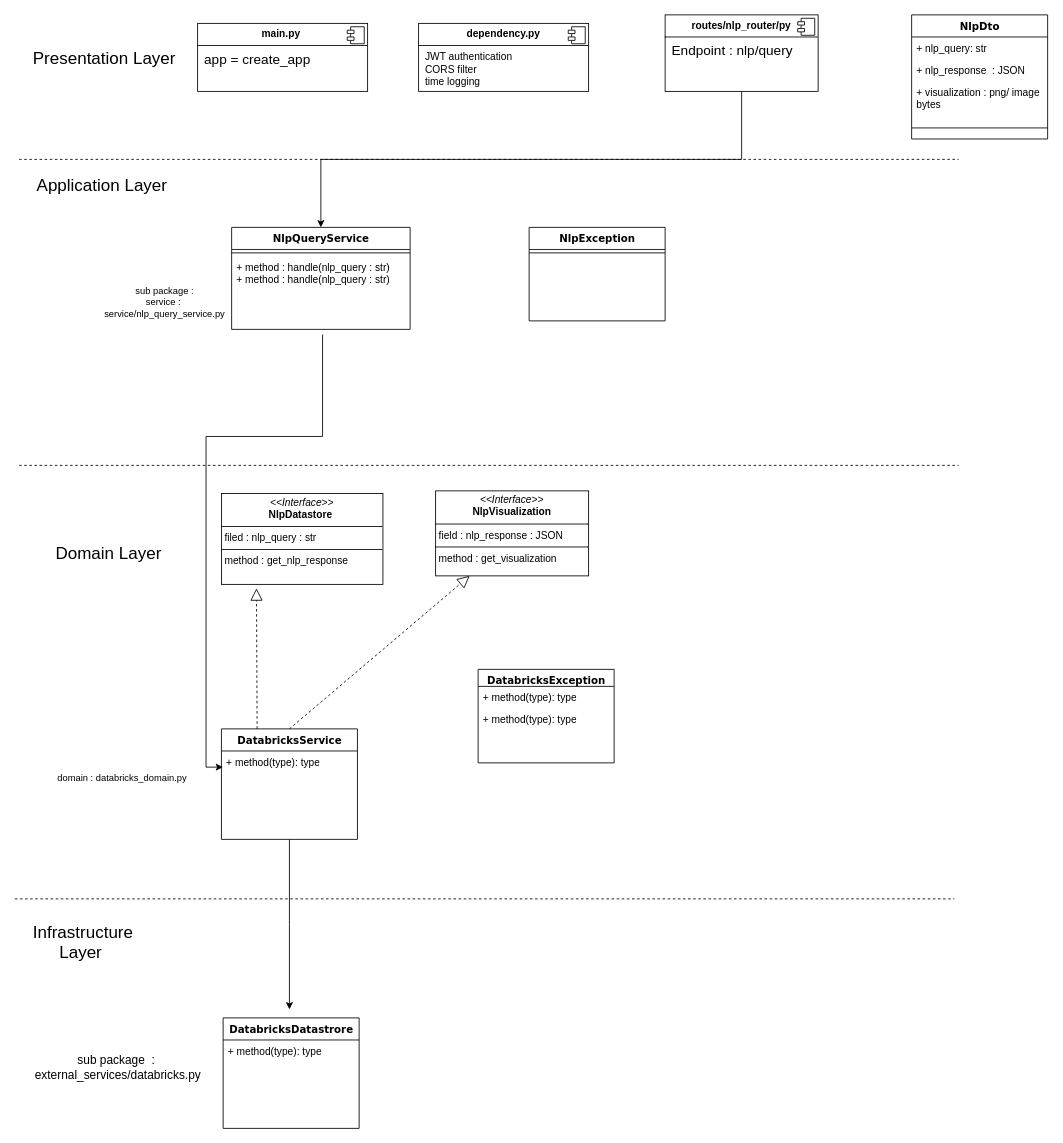
Satvik-digicert/semantic-kernel-poc keeps this draw.io diagram as Untitled Diagram.drawio. Above is the earlier version. Source tidied: cells renumbered, new cells numbered last; positions are measured from the earlier drawing's top-left corner, leaving out a move shared by most shapes. Both pictures are drawn from the tidied source at 85%, with x=0, y=0 at pixel (14, 14).
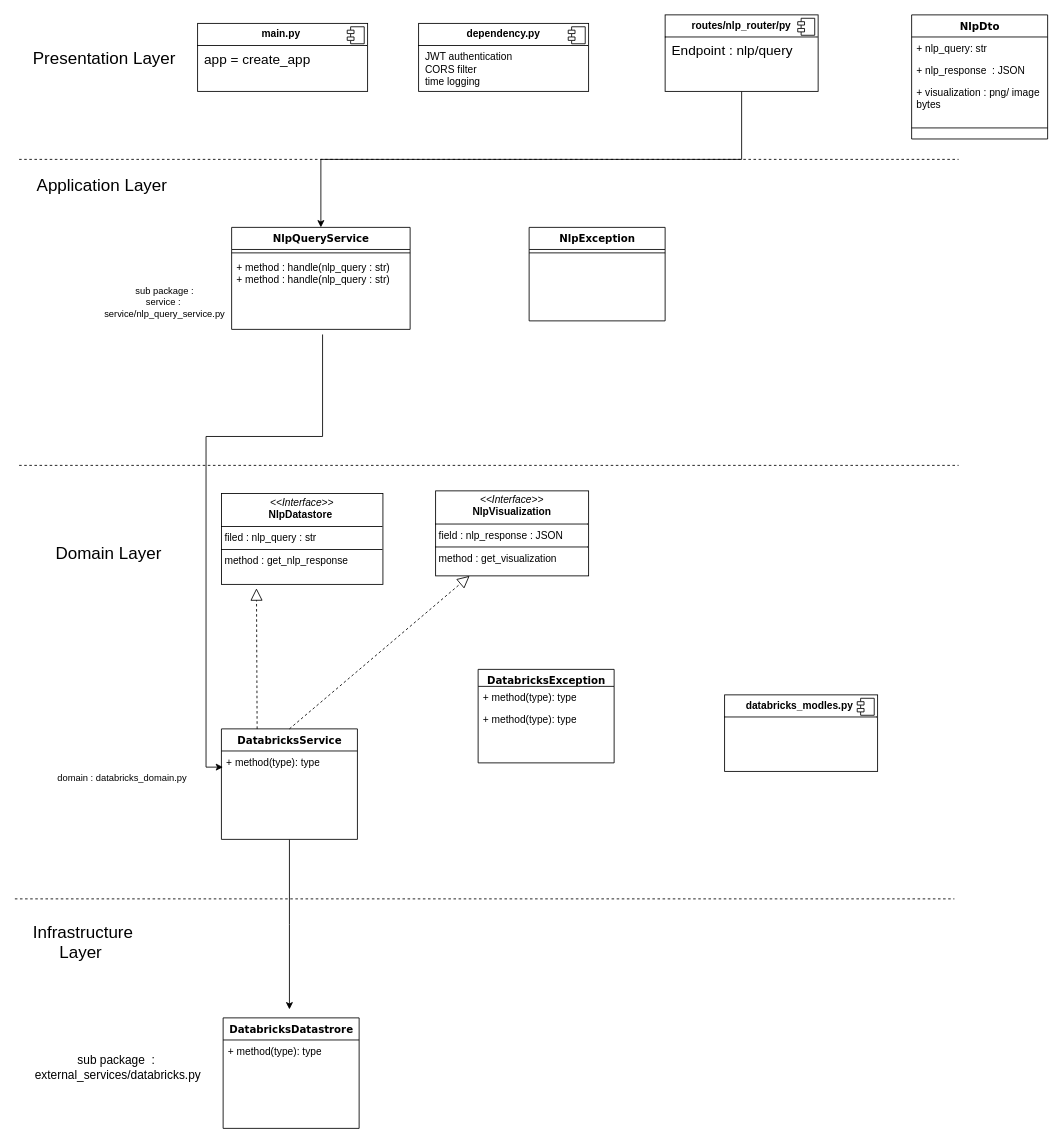
The same page after the edit.

Change to the diagram source:
```diff
@@
+    <mxCell id="42" value="&lt;p style=&quot;text-align: center; margin: 6px 0px 0px;&quot;&gt;&lt;span style=&quot;background-color: transparent; text-align: left;&quot;&gt;&lt;b&gt;databricks_modles.py&amp;nbsp;&lt;/b&gt;&lt;/span&gt;&lt;/p&gt;&lt;hr size=&quot;1&quot; style=&quot;border-style:solid;&quot;&gt;&lt;p style=&quot;margin:0px;margin-left:8px;&quot;&gt;&lt;br&gt;&lt;/p&gt;" style="align=left;overflow=fill;html=1;whiteSpace=wrap;" parent="1" vertex="1">
+      <mxGeometry x="835" y="800" width="180" height="90" as="geometry" />
+    </mxCell>
+    <mxCell id="43" style="shape=component;jettyWidth=8;jettyHeight=4;" parent="42" vertex="1">
+      <mxGeometry x="1" width="20" height="20" relative="1" as="geometry">
+        <mxPoint x="-24" y="4" as="offset" />
+      </mxGeometry>
+    </mxCell>
```
